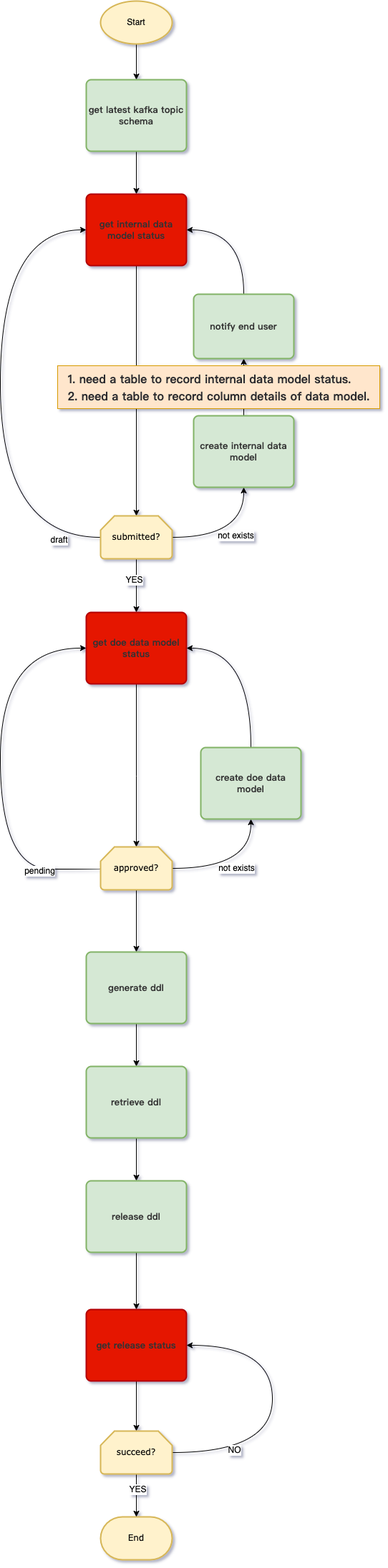
This is streaming-automation/data_model_workflow.drawio.png from Lakers-repo/diagram, a draw.io export, as it was before one commit. Source tidied: cells renumbered, new cells last; positions are measured from the earlier drawing's top-left corner, leaving out a move shared by most shapes.
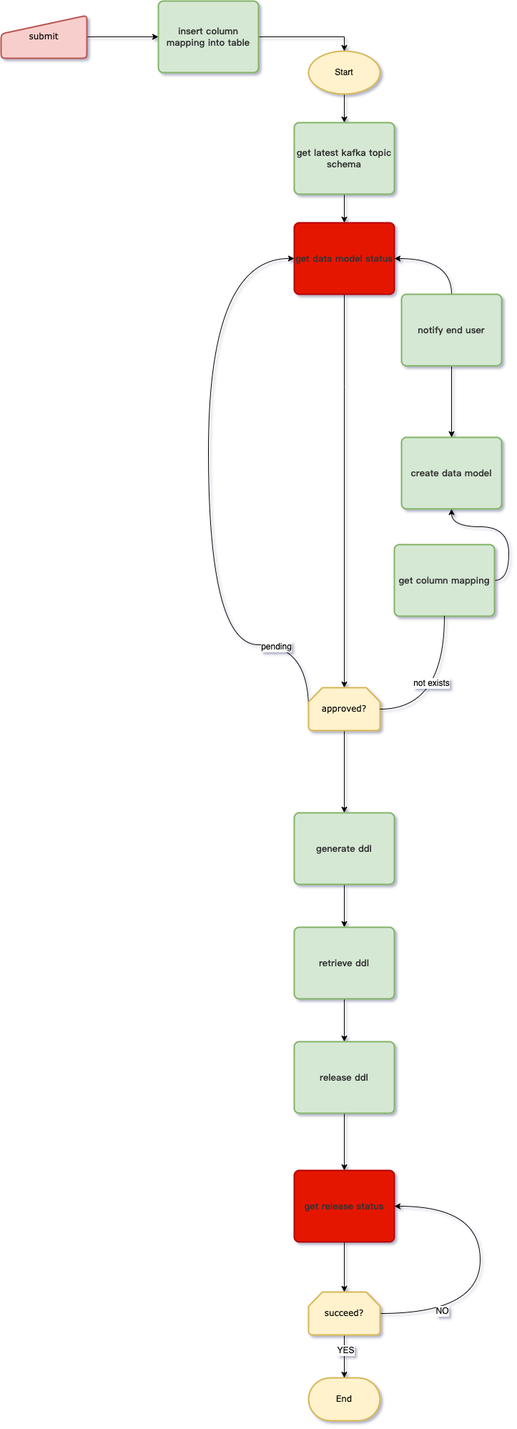
Above is the later version.

What changed in the source:
```diff
@@ -6,122 +6,78 @@
       <mxGeometry relative="1" as="geometry" />
     </mxCell>
     <mxCell id="3" value="Start" style="strokeWidth=2;html=1;shape=mxgraph.flowchart.start_1;whiteSpace=wrap;fillColor=#fff2cc;strokeColor=#d6b656;rounded=1;" parent="1" vertex="1">
-      <mxGeometry x="140" width="100" height="60" as="geometry" />
+      <mxGeometry x="-230" y="130" width="100" height="60" as="geometry" />
     </mxCell>
-    <mxCell id="4" style="edgeStyle=orthogonalEdgeStyle;rounded=0;jettySize=auto;html=1;exitX=0.5;exitY=1;exitDx=0;exitDy=0;curved=1;" parent="1" edge="1" source="5" target="8">
-      <mxGeometry relative="1" as="geometry" />
-    </mxCell>
+    <mxCell id="43" style="edgeStyle=orthogonalEdgeStyle;rounded=0;jettySize=auto;html=1;entryX=0.5;entryY=0;entryDx=0;entryDy=0;" parent="1" edge="1" source="5" target="17">
+      <mxGeometry relative="1" as="geometry" />
+    </mxCell>
     <mxCell id="5" value="&lt;span style=&quot;color: rgb(50, 50, 50); font-family: 微软雅黑; font-size: 13px; font-weight: 700; background-color: rgba(255, 255, 255, 0.01);&quot;&gt;get latest kafka topic schema&lt;/span&gt;" style="whiteSpace=wrap;html=1;absoluteArcSize=1;arcSize=14;strokeWidth=2;fillColor=#d5e8d4;strokeColor=#82b366;rounded=1;" parent="1" vertex="1">
-      <mxGeometry x="120" y="110" width="140" height="100" as="geometry" />
+      <mxGeometry x="-250" y="230" width="140" height="100" as="geometry" />
     </mxCell>
     <mxCell id="6" value="End" style="strokeWidth=2;html=1;shape=mxgraph.flowchart.terminator;whiteSpace=wrap;fontFamily=Verdana;fillColor=#fff2cc;strokeColor=#d6b656;rounded=1;" parent="1" vertex="1">
-      <mxGeometry x="140" y="2120" width="100" height="60" as="geometry" />
+      <mxGeometry x="-230" y="1985" width="100" height="60" as="geometry" />
     </mxCell>
-    <mxCell id="7" style="edgeStyle=orthogonalEdgeStyle;rounded=0;jettySize=auto;html=1;curved=1;" parent="1" edge="1" source="8" target="15">
-      <mxGeometry relative="1" as="geometry" />
-    </mxCell>
-    <mxCell id="8" value="&lt;span style=&quot;color: rgb(50, 50, 50); font-family: 微软雅黑; font-size: 13px; font-weight: 700; background-color: rgba(255, 255, 255, 0.01);&quot;&gt;get internal data model status&lt;/span&gt;" style="whiteSpace=wrap;html=1;absoluteArcSize=1;arcSize=14;strokeWidth=2;fillColor=#e51400;strokeColor=#B20000;fontColor=#ffffff;rounded=1;" parent="1" vertex="1">
-      <mxGeometry x="120" y="270" width="140" height="100" as="geometry" />
-    </mxCell>
-    <mxCell id="9" style="edgeStyle=orthogonalEdgeStyle;rounded=0;jettySize=auto;html=1;curved=1;" parent="1" edge="1" source="15" target="17">
-      <mxGeometry relative="1" as="geometry" />
-    </mxCell>
-    <mxCell id="10" value="YES" style="edgeLabel;html=1;align=center;verticalAlign=middle;" parent="9" vertex="1">
-      <mxGeometry x="-0.23" y="-4" relative="1" as="geometry" />
-    </mxCell>
-    <mxCell id="11" style="edgeStyle=orthogonalEdgeStyle;rounded=0;jettySize=auto;html=1;exitX=1;exitY=0.5;exitDx=0;exitDy=0;exitPerimeter=0;entryX=0.5;entryY=1;entryDx=0;entryDy=0;curved=1;" parent="1" edge="1" source="15" target="26">
-      <mxGeometry relative="1" as="geometry" />
-    </mxCell>
-    <mxCell id="12" value="not exists" style="edgeLabel;html=1;align=center;verticalAlign=middle;" parent="11" vertex="1">
-      <mxGeometry x="0.04" y="3" relative="1" as="geometry" />
-    </mxCell>
-    <mxCell id="13" style="edgeStyle=orthogonalEdgeStyle;rounded=0;jettySize=auto;html=1;exitX=0;exitY=0.5;exitDx=0;exitDy=0;exitPerimeter=0;entryX=0;entryY=0.5;entryDx=0;entryDy=0;curved=1;" parent="1" edge="1" source="15" target="8">
-      <mxGeometry relative="1" as="geometry">
-        <Array as="points">
-          <mxPoint y="750" />
-          <mxPoint y="320" />
-        </Array>
-      </mxGeometry>
-    </mxCell>
-    <mxCell id="14" value="draft" style="edgeLabel;html=1;align=center;verticalAlign=middle;" parent="13" vertex="1">
-      <mxGeometry x="-0.83" y="3" relative="1" as="geometry" />
-    </mxCell>
-    <mxCell id="15" value="submitted?" style="strokeWidth=2;html=1;shape=mxgraph.flowchart.loop_limit;whiteSpace=wrap;fontFamily=Verdana;fillColor=#fff2cc;strokeColor=#d6b656;rounded=1;" parent="1" vertex="1">
-      <mxGeometry x="140" y="720" width="100" height="60" as="geometry" />
-    </mxCell>
     <mxCell id="16" style="edgeStyle=orthogonalEdgeStyle;rounded=0;jettySize=auto;html=1;curved=1;" parent="1" edge="1" source="17" target="22">
       <mxGeometry relative="1" as="geometry">
         <Array as="points">
-          <mxPoint x="190" y="1084" />
-          <mxPoint x="190" y="1084" />
+          <mxPoint x="-180" y="599" />
+          <mxPoint x="-180" y="599" />
         </Array>
       </mxGeometry>
     </mxCell>
-    <mxCell id="17" value="&lt;span style=&quot;color: rgb(50, 50, 50); font-family: 微软雅黑; font-size: 13px; font-weight: 700; background-color: rgba(255, 255, 255, 0.01);&quot;&gt;get doe data model status&lt;/span&gt;" style="whiteSpace=wrap;html=1;absoluteArcSize=1;arcSize=14;strokeWidth=2;fillColor=#e51400;strokeColor=#B20000;fontColor=#ffffff;rounded=1;" parent="1" vertex="1">
-      <mxGeometry x="120" y="855" width="140" height="100" as="geometry" />
+    <mxCell id="17" value="&lt;span style=&quot;color: rgb(50, 50, 50); font-family: 微软雅黑; font-size: 13px; font-weight: 700; background-color: rgba(255, 255, 255, 0.01);&quot;&gt;get data model status&lt;/span&gt;" style="whiteSpace=wrap;html=1;absoluteArcSize=1;arcSize=14;strokeWidth=2;fillColor=#e51400;strokeColor=#B20000;fontColor=#ffffff;rounded=1;" parent="1" vertex="1">
+      <mxGeometry x="-250" y="370" width="140" height="100" as="geometry" />
     </mxCell>
-    <mxCell id="18" value="not exists" style="edgeStyle=orthogonalEdgeStyle;rounded=0;jettySize=auto;html=1;exitX=1;exitY=0.5;exitDx=0;exitDy=0;exitPerimeter=0;curved=1;" parent="1" edge="1" source="22" target="24">
+    <mxCell id="18" style="edgeStyle=orthogonalEdgeStyle;rounded=0;jettySize=auto;html=1;exitX=1;exitY=0.5;exitDx=0;exitDy=0;exitPerimeter=0;curved=1;startArrow=none;" parent="1" edge="1" source="49" target="24">
       <mxGeometry relative="1" as="geometry" />
     </mxCell>
     <mxCell id="19" style="edgeStyle=orthogonalEdgeStyle;rounded=0;jettySize=auto;html=1;exitX=0;exitY=0.5;exitDx=0;exitDy=0;exitPerimeter=0;entryX=0;entryY=0.5;entryDx=0;entryDy=0;curved=1;" parent="1" edge="1" source="22" target="17">
       <mxGeometry relative="1" as="geometry">
         <Array as="points">
-          <mxPoint x="140" y="1214" />
-          <mxPoint y="1214" />
-          <mxPoint y="904" />
+          <mxPoint x="-230" y="960" />
+          <mxPoint x="-370" y="960" />
+          <mxPoint x="-370" y="419" />
         </Array>
       </mxGeometry>
     </mxCell>
     <mxCell id="20" value="pending" style="edgeLabel;html=1;align=center;verticalAlign=middle;" parent="19" vertex="1">
       <mxGeometry x="-0.7" y="2" relative="1" as="geometry" />
     </mxCell>
-    <mxCell id="21" style="edgeStyle=orthogonalEdgeStyle;rounded=0;jettySize=auto;html=1;curved=1;" parent="1" edge="1" source="22" target="30">
+    <mxCell id="21" style="edgeStyle=orthogonalEdgeStyle;rounded=0;jettySize=auto;html=1;exitX=0.5;exitY=1;exitDx=0;exitDy=0;exitPerimeter=0;entryX=0.5;entryY=0;entryDx=0;entryDy=0;" parent="1" edge="1" source="22" target="30">
       <mxGeometry relative="1" as="geometry" />
     </mxCell>
     <mxCell id="22" value="approved?" style="strokeWidth=2;html=1;shape=mxgraph.flowchart.loop_limit;whiteSpace=wrap;fontFamily=Verdana;fillColor=#fff2cc;strokeColor=#d6b656;rounded=1;" parent="1" vertex="1">
-      <mxGeometry x="140" y="1183" width="100" height="60" as="geometry" />
+      <mxGeometry x="-230" y="1020" width="100" height="60" as="geometry" />
     </mxCell>
-    <mxCell id="23" style="edgeStyle=orthogonalEdgeStyle;rounded=0;jettySize=auto;html=1;exitX=0.5;exitY=0;exitDx=0;exitDy=0;entryX=1;entryY=0.5;entryDx=0;entryDy=0;curved=1;" parent="1" edge="1" source="24" target="17">
+    <mxCell id="23" style="edgeStyle=orthogonalEdgeStyle;rounded=0;jettySize=auto;html=1;exitX=0.5;exitY=0;exitDx=0;exitDy=0;entryX=1;entryY=0.5;entryDx=0;entryDy=0;curved=1;startArrow=none;" parent="1" edge="1" source="28" target="17">
       <mxGeometry relative="1" as="geometry" />
     </mxCell>
-    <mxCell id="24" value="&lt;span style=&quot;color: rgb(50, 50, 50); font-family: 微软雅黑; font-size: 13px; font-weight: 700; background-color: rgba(255, 255, 255, 0.01);&quot;&gt;create doe data model&lt;/span&gt;" style="whiteSpace=wrap;html=1;absoluteArcSize=1;arcSize=14;strokeWidth=2;fillColor=#d5e8d4;strokeColor=#82b366;rounded=1;" parent="1" vertex="1">
-      <mxGeometry x="280" y="1044" width="140" height="100" as="geometry" />
+    <mxCell id="24" value="&lt;span style=&quot;color: rgb(50, 50, 50); font-family: 微软雅黑; font-size: 13px; font-weight: 700; background-color: rgba(255, 255, 255, 0.01);&quot;&gt;create data model&lt;/span&gt;" style="whiteSpace=wrap;html=1;absoluteArcSize=1;arcSize=14;strokeWidth=2;fillColor=#d5e8d4;strokeColor=#82b366;rounded=1;" parent="1" vertex="1">
+      <mxGeometry x="-100" y="670" width="140" height="100" as="geometry" />
     </mxCell>
-    <mxCell id="25" style="edgeStyle=orthogonalEdgeStyle;rounded=0;jettySize=auto;html=1;curved=1;" parent="1" edge="1" source="26" target="28">
-      <mxGeometry relative="1" as="geometry" />
-    </mxCell>
-    <mxCell id="26" value="&lt;span style=&quot;color: rgb(50, 50, 50); font-family: 微软雅黑; font-size: 13px; font-weight: 700; background-color: rgba(255, 255, 255, 0.01);&quot;&gt;create internal data model&lt;/span&gt;" style="whiteSpace=wrap;html=1;absoluteArcSize=1;arcSize=14;strokeWidth=2;fillColor=#d5e8d4;strokeColor=#82b366;rounded=1;" parent="1" vertex="1">
-      <mxGeometry x="270" y="580" width="140" height="100" as="geometry" />
-    </mxCell>
-    <mxCell id="27" style="edgeStyle=orthogonalEdgeStyle;rounded=0;jettySize=auto;html=1;exitX=0.5;exitY=0;exitDx=0;exitDy=0;entryX=1;entryY=0.5;entryDx=0;entryDy=0;curved=1;" parent="1" edge="1" source="28" target="8">
-      <mxGeometry relative="1" as="geometry" />
-    </mxCell>
-    <mxCell id="28" value="&lt;span style=&quot;color: rgb(50, 50, 50); font-family: 微软雅黑; font-size: 13px; font-weight: 700; background-color: rgba(255, 255, 255, 0.01);&quot;&gt;notify end user&lt;/span&gt;" style="whiteSpace=wrap;html=1;absoluteArcSize=1;arcSize=14;strokeWidth=2;fillColor=#d5e8d4;strokeColor=#82b366;rounded=1;" parent="1" vertex="1">
-      <mxGeometry x="270" y="410" width="140" height="90" as="geometry" />
-    </mxCell>
     <mxCell id="29" style="edgeStyle=orthogonalEdgeStyle;rounded=0;jettySize=auto;html=1;curved=1;" parent="1" edge="1" source="30" target="32">
       <mxGeometry relative="1" as="geometry" />
     </mxCell>
     <mxCell id="30" value="&lt;span style=&quot;color: rgb(50, 50, 50); font-family: 微软雅黑; font-size: 13px; font-weight: 700; background-color: rgba(255, 255, 255, 0.01);&quot;&gt;generate ddl&lt;/span&gt;" style="whiteSpace=wrap;html=1;absoluteArcSize=1;arcSize=14;strokeWidth=2;fillColor=#d5e8d4;strokeColor=#82b366;rounded=1;" parent="1" vertex="1">
-      <mxGeometry x="120" y="1330" width="140" height="100" as="geometry" />
+      <mxGeometry x="-250" y="1195" width="140" height="100" as="geometry" />
     </mxCell>
     <mxCell id="31" style="edgeStyle=orthogonalEdgeStyle;rounded=0;jettySize=auto;html=1;curved=1;" parent="1" edge="1" source="32" target="34">
       <mxGeometry relative="1" as="geometry" />
     </mxCell>
     <mxCell id="32" value="&lt;span style=&quot;color: rgb(50, 50, 50); font-family: 微软雅黑; font-size: 13px; font-weight: 700; background-color: rgba(255, 255, 255, 0.01);&quot;&gt;retrieve ddl&lt;/span&gt;" style="whiteSpace=wrap;html=1;absoluteArcSize=1;arcSize=14;strokeWidth=2;fillColor=#d5e8d4;strokeColor=#82b366;rounded=1;" parent="1" vertex="1">
-      <mxGeometry x="120" y="1490" width="140" height="100" as="geometry" />
+      <mxGeometry x="-250" y="1355" width="140" height="100" as="geometry" />
     </mxCell>
     <mxCell id="33" style="edgeStyle=orthogonalEdgeStyle;rounded=0;jettySize=auto;html=1;curved=1;" parent="1" edge="1" source="34" target="36">
       <mxGeometry relative="1" as="geometry" />
     </mxCell>
     <mxCell id="34" value="&lt;span style=&quot;color: rgb(50, 50, 50); font-family: 微软雅黑; font-size: 13px; font-weight: 700; background-color: rgba(255, 255, 255, 0.01);&quot;&gt;release ddl&lt;/span&gt;" style="whiteSpace=wrap;html=1;absoluteArcSize=1;arcSize=14;strokeWidth=2;fillColor=#d5e8d4;strokeColor=#82b366;rounded=1;" parent="1" vertex="1">
-      <mxGeometry x="120" y="1650" width="140" height="100" as="geometry" />
+      <mxGeometry x="-250" y="1515" width="140" height="100" as="geometry" />
     </mxCell>
     <mxCell id="35" style="edgeStyle=orthogonalEdgeStyle;rounded=0;jettySize=auto;html=1;curved=1;" parent="1" edge="1" source="36" target="41">
       <mxGeometry relative="1" as="geometry" />
     </mxCell>
     <mxCell id="36" value="&lt;span style=&quot;color: rgb(50, 50, 50); font-family: 微软雅黑; font-size: 13px; font-weight: 700; background-color: rgba(255, 255, 255, 0.01);&quot;&gt;get release status&lt;/span&gt;" style="whiteSpace=wrap;html=1;absoluteArcSize=1;arcSize=14;strokeWidth=2;fillColor=#e51400;strokeColor=#B20000;fontColor=#ffffff;rounded=1;" parent="1" vertex="1">
-      <mxGeometry x="120" y="1830" width="140" height="100" as="geometry" />
+      <mxGeometry x="-250" y="1695" width="140" height="100" as="geometry" />
     </mxCell>
     <mxCell id="37" style="edgeStyle=orthogonalEdgeStyle;rounded=0;jettySize=auto;html=1;curved=1;" parent="1" edge="1" source="41" target="6">
       <mxGeometry relative="1" as="geometry" />
@@ -132,8 +88,8 @@
     <mxCell id="39" style="edgeStyle=orthogonalEdgeStyle;rounded=0;jettySize=auto;html=1;exitX=1;exitY=0.5;exitDx=0;exitDy=0;exitPerimeter=0;entryX=1;entryY=0.5;entryDx=0;entryDy=0;curved=1;" parent="1" edge="1" source="41" target="36">
       <mxGeometry relative="1" as="geometry">
         <Array as="points">
-          <mxPoint x="380" y="2030" />
-          <mxPoint x="380" y="1880" />
+          <mxPoint x="10" y="1895" />
+          <mxPoint x="10" y="1745" />
         </Array>
       </mxGeometry>
     </mxCell>
@@ -141,10 +97,34 @@
       <mxGeometry x="-0.58" y="4" relative="1" as="geometry" />
     </mxCell>
     <mxCell id="41" value="succeed?" style="strokeWidth=2;html=1;shape=mxgraph.flowchart.loop_limit;whiteSpace=wrap;fontFamily=Verdana;fillColor=#fff2cc;strokeColor=#d6b656;rounded=1;" parent="1" vertex="1">
-      <mxGeometry x="140" y="2000" width="100" height="60" as="geometry" />
+      <mxGeometry x="-230" y="1865" width="100" height="60" as="geometry" />
     </mxCell>
-    <mxCell id="42" value="&lt;p style=&quot;text-align: left; box-sizing: border-box; margin: 0px; padding: 0px; color: rgb(42, 43, 46); font-size: 16px; line-height: 24px; caret-color: rgb(42, 43, 46); font-family: &amp;quot;PingFang SC&amp;quot;, &amp;quot;Microsoft YaHei&amp;quot;, 微软雅黑, 宋体, &amp;quot;Malgun Gothic&amp;quot;, sans-serif; text-size-adjust: auto;&quot; class=&quot;tgt color_text_1 un-step-trans&quot;&gt;&lt;span style=&quot;box-sizing: border-box; line-height: 24px; display: inline;&quot; class=&quot;tgt color_text_1&quot;&gt;&lt;b&gt;1. need a table to record internal data model status&lt;/b&gt;&lt;/span&gt;&lt;b style=&quot;background-color: initial;&quot;&gt;.&lt;/b&gt;&lt;/p&gt;&lt;p style=&quot;text-align: left; box-sizing: border-box; margin: 0px; padding: 0px; color: rgb(42, 43, 46); font-size: 16px; line-height: 24px; caret-color: rgb(42, 43, 46); font-family: &amp;quot;PingFang SC&amp;quot;, &amp;quot;Microsoft YaHei&amp;quot;, 微软雅黑, 宋体, &amp;quot;Malgun Gothic&amp;quot;, sans-serif; text-size-adjust: auto;&quot; class=&quot;tgt color_text_1 un-step-trans&quot;&gt;&lt;b style=&quot;background-color: initial;&quot;&gt;2. need a table to record column details of data model.&lt;/b&gt;&lt;/p&gt;" style="text;html=1;align=center;verticalAlign=middle;fillColor=#ffe6cc;strokeColor=#d79b00;rounded=0;" parent="1" vertex="1">
-      <mxGeometry x="80" y="510" width="450" height="60" as="geometry" />
-    </mxCell>
+    <mxCell id="44" style="edgeStyle=orthogonalEdgeStyle;rounded=0;jettySize=auto;html=1;exitX=0.5;exitY=1;exitDx=0;exitDy=0;entryX=0.5;entryY=0;entryDx=0;entryDy=0;" parent="1" edge="1" source="28" target="24">
+      <mxGeometry relative="1" as="geometry" />
+    </mxCell>
+    <mxCell id="28" value="&lt;font face=&quot;微软雅黑&quot; color=&quot;#323232&quot;&gt;&lt;span style=&quot;font-size: 13px; background-color: rgba(255, 255, 255, 0.01);&quot;&gt;&lt;b&gt;notify end user&lt;/b&gt;&lt;/span&gt;&lt;/font&gt;" style="whiteSpace=wrap;html=1;absoluteArcSize=1;arcSize=14;strokeWidth=2;fillColor=#d5e8d4;strokeColor=#82b366;rounded=1;" parent="1" vertex="1">
+      <mxGeometry x="-100" y="470" width="140" height="100" as="geometry" />
+    </mxCell>
+    <mxCell id="45" style="edgeStyle=orthogonalEdgeStyle;rounded=0;jettySize=auto;html=1;exitX=1;exitY=0.5;exitDx=0;exitDy=0;entryX=0.5;entryY=0;entryDx=0;entryDy=0;entryPerimeter=0;startArrow=none;" parent="1" edge="1" source="48" target="3">
+      <mxGeometry relative="1" as="geometry" />
+    </mxCell>
+    <mxCell id="46" style="edgeStyle=orthogonalEdgeStyle;rounded=0;jettySize=auto;html=1;exitX=1;exitY=0.5;exitDx=0;exitDy=0;entryX=0;entryY=0.5;entryDx=0;entryDy=0;" parent="1" edge="1" source="47" target="48">
+      <mxGeometry relative="1" as="geometry" />
+    </mxCell>
+    <mxCell id="47" value="submit" style="html=1;strokeWidth=2;shape=manualInput;whiteSpace=wrap;size=26;arcSize=11;fontFamily=Verdana;fillColor=#f8cecc;strokeColor=#b85450;rounded=1;" parent="1" vertex="1">
+      <mxGeometry x="-660" y="80" width="120" height="60" as="geometry" />
+    </mxCell>
+    <mxCell id="48" value="&lt;font face=&quot;微软雅黑&quot; color=&quot;#323232&quot;&gt;&lt;span style=&quot;font-size: 13px; background-color: rgba(255, 255, 255, 0.01);&quot;&gt;&lt;b&gt;insert column mapping into table&lt;/b&gt;&lt;/span&gt;&lt;/font&gt;" style="whiteSpace=wrap;html=1;absoluteArcSize=1;arcSize=14;strokeWidth=2;fillColor=#d5e8d4;strokeColor=#82b366;rounded=1;" parent="1" vertex="1">
+      <mxGeometry x="-440" y="60" width="140" height="100" as="geometry" />
+    </mxCell>
+    <mxCell id="49" value="&lt;font face=&quot;微软雅黑&quot; color=&quot;#323232&quot;&gt;&lt;span style=&quot;font-size: 13px; background-color: rgba(255, 255, 255, 0.01);&quot;&gt;&lt;b&gt;get column mapping&lt;/b&gt;&lt;/span&gt;&lt;/font&gt;" style="whiteSpace=wrap;html=1;absoluteArcSize=1;arcSize=14;strokeWidth=2;fillColor=#d5e8d4;strokeColor=#82b366;rounded=1;" parent="1" vertex="1">
+      <mxGeometry x="-110" y="820" width="140" height="100" as="geometry" />
+    </mxCell>
+    <mxCell id="50" style="edgeStyle=orthogonalEdgeStyle;rounded=0;jettySize=auto;html=1;exitX=1;exitY=0.5;exitDx=0;exitDy=0;exitPerimeter=0;curved=1;endArrow=none;" parent="1" edge="1" source="22" target="49">
+      <mxGeometry relative="1" as="geometry" />
+    </mxCell>
+    <mxCell id="12" value="not exists" style="edgeLabel;html=1;align=center;verticalAlign=middle;" parent="50" vertex="1">
+      <mxGeometry x="0.15" y="19" relative="1" as="geometry" />
+    </mxCell>
   </root>
 </mxGraphModel>
```
